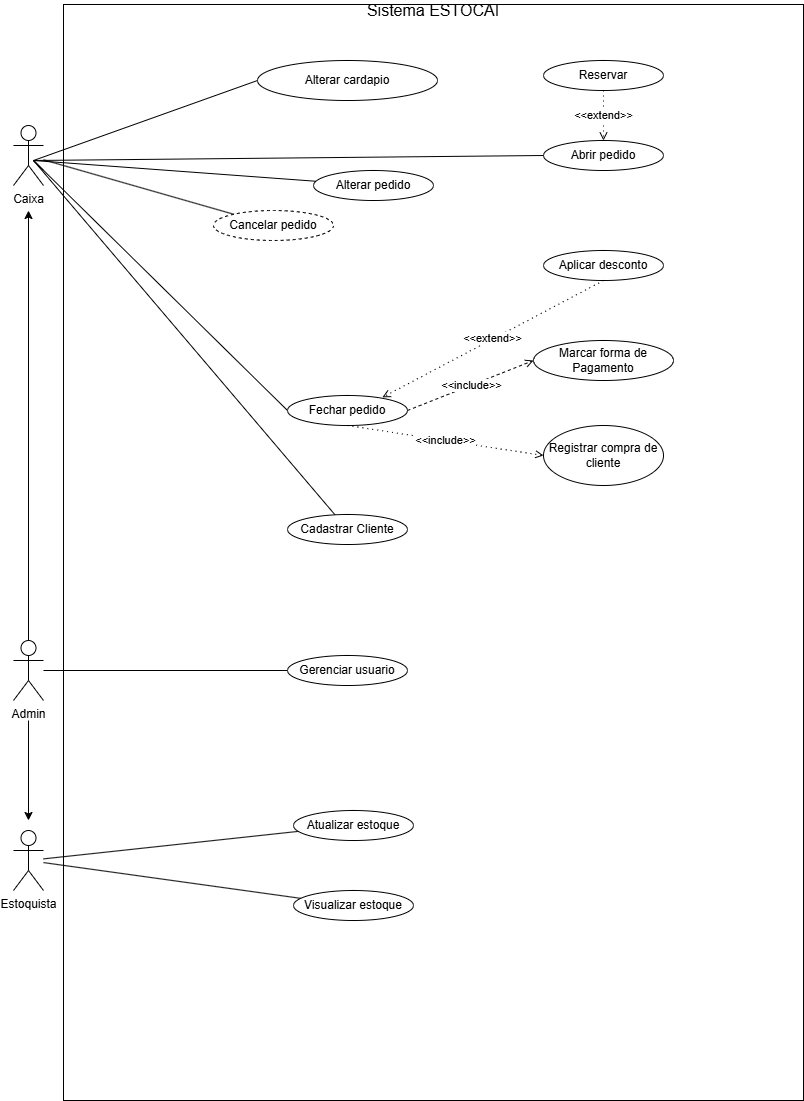
This is Assets/Diagrama_de_Casos_de_Usos.drawio.png from garbomurilo/Estocai, a draw.io export, as it was before one commit. Source tidied: cells renumbered, new cells last; positions are measured from the earlier drawing's top-left corner, leaving out a move shared by most shapes.
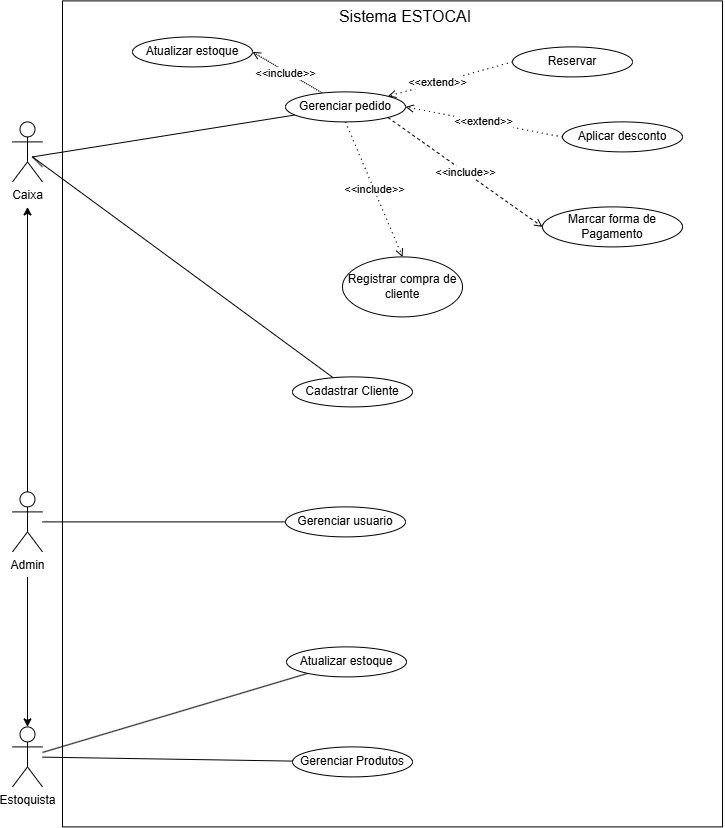
The same diagram one commit later.

The edit, as a diff of the source:
```diff
@@ -3,46 +3,22 @@
     <mxCell id="0" />
     <mxCell id="1" parent="0" />
     <mxCell id="2" style="rounded=0;whiteSpace=wrap;html=1;" parent="1" vertex="1">
-      <mxGeometry x="50" y="4" width="740" height="1096" as="geometry" />
+      <mxGeometry x="50" y="4" width="660" height="826" as="geometry" />
     </mxCell>
-    <mxCell id="3" style="edgeStyle=none;curved=1;rounded=0;jettySize=auto;html=1;entryX=0;entryY=0.5;entryDx=0;entryDy=0;fontSize=12;startSize=8;endSize=8;endArrow=none;endFill=0;" parent="1" edge="1" target="21">
-      <mxGeometry relative="1" as="geometry">
-        <mxPoint x="20" y="160" as="sourcePoint" />
-      </mxGeometry>
-    </mxCell>
-    <mxCell id="4" style="edgeStyle=none;curved=1;rounded=0;jettySize=auto;html=1;entryX=0;entryY=0.5;entryDx=0;entryDy=0;fontSize=12;startSize=8;endSize=8;endArrow=none;endFill=0;" parent="1" edge="1" target="6">
-      <mxGeometry relative="1" as="geometry">
-        <mxPoint x="20" y="160" as="sourcePoint" />
-      </mxGeometry>
-    </mxCell>
-    <mxCell id="5" value="Abrir pedido" style="ellipse;whiteSpace=wrap;html=1;" parent="1" vertex="1">
-      <mxGeometry x="530" y="140" width="120" height="30" as="geometry" />
-    </mxCell>
-    <mxCell id="6" value="Fechar pedido" style="ellipse;whiteSpace=wrap;html=1;" parent="1" vertex="1">
-      <mxGeometry x="274" y="395" width="120" height="30" as="geometry" />
-    </mxCell>
     <mxCell id="7" value="Marcar forma de Pagamento" style="ellipse;whiteSpace=wrap;html=1;" parent="1" vertex="1">
-      <mxGeometry x="520" y="340" width="140" height="40" as="geometry" />
+      <mxGeometry x="530" y="210" width="140" height="40" as="geometry" />
     </mxCell>
-    <mxCell id="8" style="endArrow=none;html=1;rounded=0;entryX=0;entryY=0.5;entryDx=0;entryDy=0;" parent="1" edge="1" target="5">
-      <mxGeometry relative="1" as="geometry">
-        <mxPoint x="20" y="160" as="sourcePoint" />
-      </mxGeometry>
-    </mxCell>
-    <mxCell id="9" value="Cancelar pedido" style="ellipse;whiteSpace=wrap;html=1;dashed=1;" parent="1" vertex="1">
-      <mxGeometry x="200" y="210" width="120" height="30" as="geometry" />
-    </mxCell>
-    <mxCell id="10" style="endArrow=open;html=1;rounded=0;dashed=1;exitX=1;exitY=0.5;exitDx=0;exitDy=0;entryX=0;entryY=0.5;entryDx=0;entryDy=0;endFill=0;" parent="1" edge="1" source="6" target="7">
+    <mxCell id="10" style="endArrow=open;html=1;rounded=0;dashed=1;exitX=1;exitY=1;exitDx=0;exitDy=0;entryX=0;entryY=0.5;entryDx=0;entryDy=0;endFill=0;" parent="1" edge="1" source="23" target="7">
       <mxGeometry relative="1" as="geometry" />
     </mxCell>
     <mxCell id="11" value="&amp;lt;&amp;lt;include&amp;gt;&amp;gt;" style="edgeLabel;html=1;align=center;verticalAlign=middle;dashed=1;" parent="10" vertex="1">
       <mxGeometry relative="1" as="geometry" />
     </mxCell>
     <mxCell id="12" value="Reservar" style="ellipse;whiteSpace=wrap;html=1;" parent="1" vertex="1">
-      <mxGeometry x="530" y="60" width="120" height="30" as="geometry" />
+      <mxGeometry x="500" y="50" width="120" height="30" as="geometry" />
     </mxCell>
-    <mxCell id="13" value="&amp;lt;&amp;lt;extend&amp;gt;&amp;gt;" style="endArrow=open;html=1;rounded=0;exitX=0.5;exitY=1;exitDx=0;exitDy=0;entryX=0.5;entryY=0;entryDx=0;entryDy=0;dashed=1;dashPattern=1 4;endFill=0;" parent="1" edge="1" source="12" target="5">
-      <mxGeometry relative="1" as="geometry" />
+    <mxCell id="13" value="&amp;lt;&amp;lt;extend&amp;gt;&amp;gt;" style="endArrow=open;html=1;rounded=0;exitX=0;exitY=0.5;exitDx=0;exitDy=0;entryX=1;entryY=0;entryDx=0;entryDy=0;dashed=1;dashPattern=1 4;endFill=0;" parent="1" edge="1" source="12" target="23">
+      <mxGeometry x="0.2" relative="1" as="geometry" />
     </mxCell>
     <mxCell id="14" style="edgeStyle=none;curved=1;rounded=0;jettySize=auto;html=1;fontSize=12;startSize=8;endSize=8;endArrow=none;endFill=0;" parent="1" edge="1" source="15">
       <mxGeometry relative="1" as="geometry">
@@ -50,36 +26,41 @@
       </mxGeometry>
     </mxCell>
     <mxCell id="15" value="Cadastrar Cliente" style="ellipse;whiteSpace=wrap;html=1;" parent="1" vertex="1">
-      <mxGeometry x="274" y="514" width="120" height="30" as="geometry" />
+      <mxGeometry x="280" y="380" width="120" height="30" as="geometry" />
     </mxCell>
     <mxCell id="16" value="Registrar compra de cliente" style="ellipse;whiteSpace=wrap;html=1;" parent="1" vertex="1">
-      <mxGeometry x="530" y="425" width="120" height="60" as="geometry" />
+      <mxGeometry x="330" y="260" width="120" height="60" as="geometry" />
     </mxCell>
-    <mxCell id="17" style="endArrow=open;html=1;rounded=0;exitX=0.5;exitY=1;exitDx=0;exitDy=0;entryX=0;entryY=0.5;entryDx=0;entryDy=0;dashed=1;dashPattern=1 4;endFill=0;" parent="1" edge="1" source="6" target="16">
+    <mxCell id="17" style="endArrow=open;html=1;rounded=0;exitX=0.5;exitY=1;exitDx=0;exitDy=0;entryX=0.5;entryY=0;entryDx=0;entryDy=0;dashed=1;dashPattern=1 4;endFill=0;" parent="1" edge="1" source="23" target="16">
       <mxGeometry relative="1" as="geometry" />
     </mxCell>
     <mxCell id="18" value="&amp;lt;&amp;lt;include&amp;gt;&amp;gt;" style="edgeLabel;html=1;align=center;verticalAlign=middle;" parent="17" vertex="1">
       <mxGeometry relative="1" as="geometry" />
     </mxCell>
     <mxCell id="19" value="Aplicar desconto" style="ellipse;whiteSpace=wrap;html=1;" parent="1" vertex="1">
-      <mxGeometry x="530" y="250" width="120" height="30" as="geometry" />
+      <mxGeometry x="550" y="125" width="120" height="30" as="geometry" />
     </mxCell>
-    <mxCell id="20" value="&amp;lt;&amp;lt;extend&amp;gt;&amp;gt;" style="endArrow=open;html=1;rounded=0;exitX=0.5;exitY=1;exitDx=0;exitDy=0;entryX=0.791;entryY=0.061;entryDx=0;entryDy=0;dashed=1;dashPattern=1 4;entryPerimeter=0;endFill=0;" parent="1" edge="1" source="19" target="6">
+    <mxCell id="20" value="&amp;lt;&amp;lt;extend&amp;gt;&amp;gt;" style="endArrow=open;html=1;rounded=0;exitX=0;exitY=0.5;exitDx=0;exitDy=0;entryX=1;entryY=0.5;entryDx=0;entryDy=0;dashed=1;dashPattern=1 4;endFill=0;" parent="1" edge="1" source="19" target="23">
       <mxGeometry relative="1" as="geometry" />
     </mxCell>
-    <mxCell id="21" value="Alterar cardapio" style="ellipse;whiteSpace=wrap;html=1;" parent="1" vertex="1">
-      <mxGeometry x="244" y="60" width="180" height="40" as="geometry" />
-    </mxCell>
     <mxCell id="22" style="edgeStyle=none;curved=1;rounded=0;jettySize=auto;html=1;fontSize=12;startSize=8;endSize=8;endArrow=none;endFill=0;" parent="1" edge="1" source="23">
       <mxGeometry relative="1" as="geometry">
         <mxPoint x="20" y="160" as="targetPoint" />
       </mxGeometry>
     </mxCell>
+    <mxCell id="38" style="rounded=0;jettySize=auto;html=1;entryX=1;entryY=0.5;entryDx=0;entryDy=0;dashed=1;dashPattern=1 1;endArrow=open;endFill=0;" parent="1" edge="1" source="23" target="41">
+      <mxGeometry relative="1" as="geometry" />
+    </mxCell>
+    <mxCell id="39" value="&amp;lt;&amp;lt;include&amp;gt;&amp;gt;" style="edgeLabel;html=1;align=center;verticalAlign=middle;" parent="38" vertex="1">
+      <mxGeometry x="0.04" y="1" relative="1" as="geometry">
+        <mxPoint x="-1" as="offset" />
+      </mxGeometry>
+    </mxCell>
-    <mxCell id="23" value="Alterar pedido" style="ellipse;whiteSpace=wrap;html=1;" parent="1" vertex="1">
-      <mxGeometry x="300" y="170" width="120" height="30" as="geometry" />
+    <mxCell id="23" value="Gerenciar pedido" style="ellipse;whiteSpace=wrap;html=1;" parent="1" vertex="1">
+      <mxGeometry x="273" y="95" width="120" height="30" as="geometry" />
     </mxCell>
     <mxCell id="24" value="Sistema ESTOCAI" style="text;html=1;whiteSpace=wrap;strokeColor=none;fillColor=none;align=center;verticalAlign=middle;rounded=0;fontSize=16;" parent="1" vertex="1">
-      <mxGeometry x="325" width="190" height="20" as="geometry" />
+      <mxGeometry x="298" y="10" width="190" height="20" as="geometry" />
     </mxCell>
     <mxCell id="25" style="rounded=0;jettySize=auto;html=1;endArrow=none;endFill=0;" parent="1" edge="1" source="33">
       <mxGeometry relative="1" as="geometry">
@@ -94,24 +75,12 @@
         <mxPoint x="15" y="210" as="targetPoint" />
       </mxGeometry>
     </mxCell>
-    <mxCell id="28" style="edgeStyle=orthogonalEdgeStyle;rounded=0;orthogonalLoop=1;jettySize=auto;html=1;" parent="1" edge="1">
-      <mxGeometry relative="1" as="geometry">
-        <mxPoint x="15" y="720" as="sourcePoint" />
-        <mxPoint x="15" y="820" as="targetPoint" />
-      </mxGeometry>
-    </mxCell>
     <mxCell id="29" value="&lt;div&gt;Admin&lt;/div&gt;" style="shape=umlActor;verticalLabelPosition=bottom;verticalAlign=top;html=1;outlineConnect=0;" parent="1" vertex="1">
-      <mxGeometry y="640" width="30" height="60" as="geometry" />
+      <mxGeometry y="495" width="30" height="60" as="geometry" />
     </mxCell>
     <mxCell id="30" value="Gerenciar usuario" style="ellipse;whiteSpace=wrap;html=1;" parent="1" vertex="1">
-      <mxGeometry x="274" y="655" width="120" height="30" as="geometry" />
+      <mxGeometry x="273" y="510" width="120" height="30" as="geometry" />
     </mxCell>
-    <mxCell id="31" value="&lt;div&gt;Estoquista&lt;/div&gt;" style="shape=umlActor;verticalLabelPosition=bottom;verticalAlign=top;html=1;outlineConnect=0;" parent="1" vertex="1">
-      <mxGeometry y="830" width="30" height="60" as="geometry" />
-    </mxCell>
-    <mxCell id="32" style="rounded=0;jettySize=auto;html=1;endArrow=none;endFill=0;" parent="1" edge="1" source="9" target="33">
-      <mxGeometry relative="1" as="geometry" />
-    </mxCell>
     <mxCell id="33" value="&lt;div&gt;Caixa&lt;/div&gt;" style="shape=umlActor;verticalLabelPosition=bottom;verticalAlign=top;html=1;outlineConnect=0;" parent="1" vertex="1">
       <mxGeometry y="125" width="30" height="60" as="geometry" />
     </mxCell>
@@ -119,13 +88,24 @@
       <mxGeometry relative="1" as="geometry" />
     </mxCell>
     <mxCell id="35" value="Atualizar estoque" style="ellipse;whiteSpace=wrap;html=1;" parent="1" vertex="1">
-      <mxGeometry x="280" y="810" width="120" height="30" as="geometry" />
+      <mxGeometry x="274" y="650" width="120" height="30" as="geometry" />
     </mxCell>
     <mxCell id="36" style="rounded=0;jettySize=auto;html=1;endArrow=none;endFill=0;" parent="1" edge="1" source="37" target="31">
       <mxGeometry relative="1" as="geometry" />
     </mxCell>
-    <mxCell id="37" value="Visualizar estoque" style="ellipse;whiteSpace=wrap;html=1;" parent="1" vertex="1">
-      <mxGeometry x="280" y="890" width="120" height="30" as="geometry" />
+    <mxCell id="37" value="Gerenciar Produtos" style="ellipse;whiteSpace=wrap;html=1;" parent="1" vertex="1">
+      <mxGeometry x="280" y="750" width="120" height="30" as="geometry" />
     </mxCell>
+    <mxCell id="40" style="edgeStyle=orthogonalEdgeStyle;rounded=0;jettySize=auto;html=1;endArrow=classic;endFill=1;startArrow=none;startFill=0;" parent="1" edge="1" target="31">
+      <mxGeometry relative="1" as="geometry">
+        <mxPoint x="15" y="580" as="sourcePoint" />
+      </mxGeometry>
+    </mxCell>
+    <mxCell id="31" value="&lt;div&gt;Estoquista&lt;/div&gt;" style="shape=umlActor;verticalLabelPosition=bottom;verticalAlign=top;html=1;outlineConnect=0;" parent="1" vertex="1">
+      <mxGeometry y="730" width="30" height="60" as="geometry" />
+    </mxCell>
+    <mxCell id="41" value="Atualizar estoque" style="ellipse;whiteSpace=wrap;html=1;" parent="1" vertex="1">
+      <mxGeometry x="120" y="40" width="120" height="30" as="geometry" />
+    </mxCell>
   </root>
 </mxGraphModel>
```
